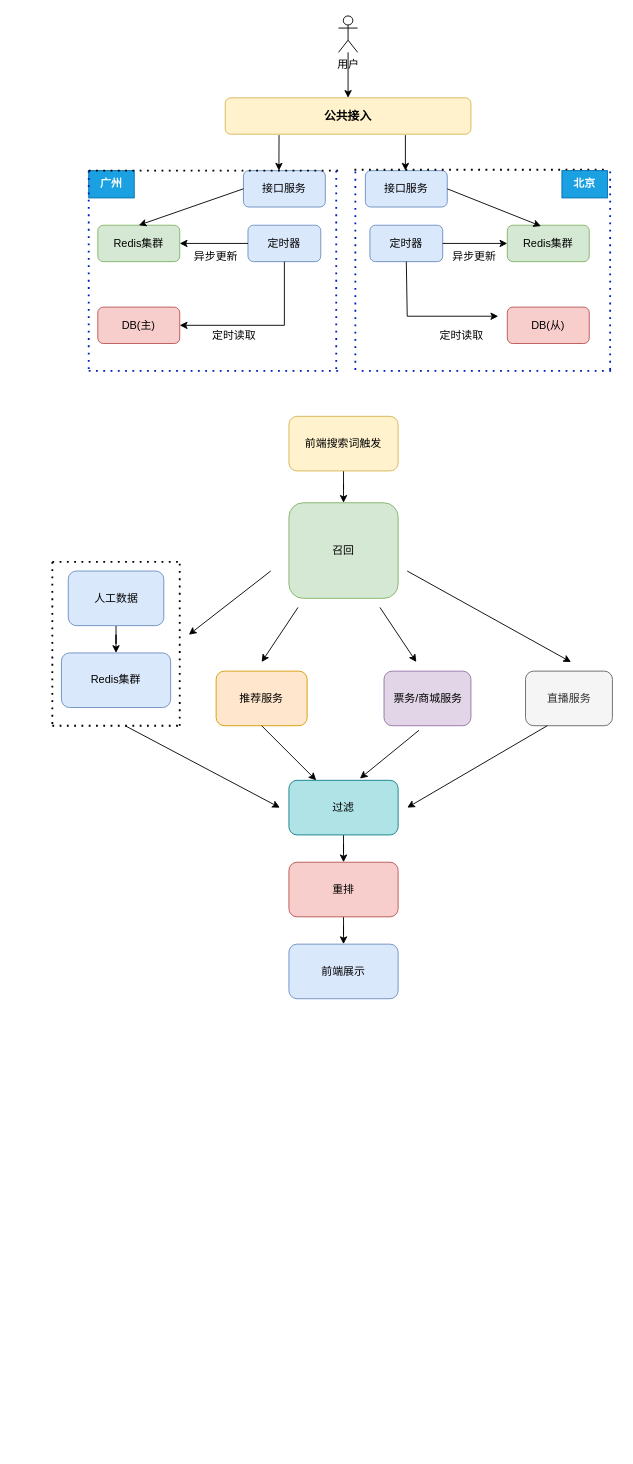
lewiskyo/test_git keeps this draw.io diagram as dir_f/搜索拦截架构图.drawio. Above is the earlier version. Source tidied: cells renumbered, new cells numbered last; positions are measured from the earlier drawing's top-left corner, leaving out a move shared by most shapes. Both pictures are drawn from the tidied source at 91%, with x=0, y=0 at pixel (52, 15).
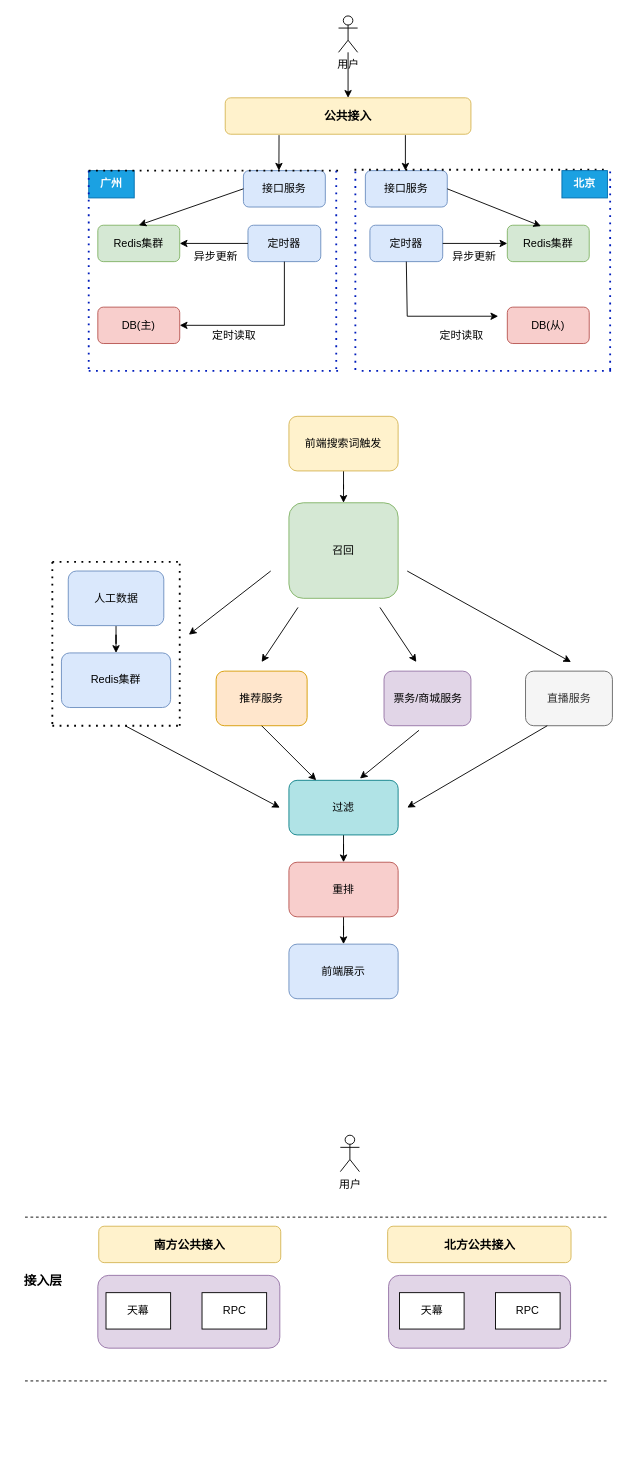
After the change.

Commit message:
更新搜索拦截架构图.drawio

The edit, as a diff of the source:
```diff
@@
+    <mxCell id="62" style="group;rotation=90;" parent="1" vertex="1">
+      <mxGeometry x="101" y="1330" width="447.5" height="40" as="geometry" />
+    </mxCell>
+    <mxCell id="63" value="&lt;font style=&quot;font-size: 13px;&quot;&gt;&lt;b&gt;南方公共接入&lt;/b&gt;&lt;/font&gt;" style="rounded=1;whiteSpace=wrap;html=1;fillColor=#fff2cc;strokeColor=#d6b656;" parent="62" vertex="1">
+      <mxGeometry x="-50" width="200" height="40" as="geometry" />
+    </mxCell>
+    <mxCell id="64" style="endArrow=none;dashed=1;html=1;rounded=0;" parent="62" edge="1">
+      <mxGeometry relative="1" as="geometry">
+        <mxPoint x="-131" y="170" as="sourcePoint" />
+        <mxPoint x="509" y="170" as="targetPoint" />
+      </mxGeometry>
+    </mxCell>
+    <mxCell id="65" value="用户" style="shape=umlActor;verticalLabelPosition=bottom;verticalAlign=top;html=1;" parent="1" vertex="1">
+      <mxGeometry x="316.5" y="1230" width="21" height="40" as="geometry" />
+    </mxCell>
+    <mxCell id="66" style="rounded=1;whiteSpace=wrap;html=1;fillColor=#e1d5e7;strokeColor=#9673a6;" parent="1" vertex="1">
+      <mxGeometry x="50" y="1384" width="200" height="80" as="geometry" />
+    </mxCell>
+    <mxCell id="67" value="天幕" style="rounded=0;whiteSpace=wrap;html=1;" parent="1" vertex="1">
+      <mxGeometry x="59" y="1403" width="71" height="40" as="geometry" />
+    </mxCell>
+    <mxCell id="68" value="RPC" style="rounded=0;whiteSpace=wrap;html=1;" parent="1" vertex="1">
+      <mxGeometry x="164.5" y="1403" width="71" height="40" as="geometry" />
+    </mxCell>
+    <mxCell id="69" value="&lt;b&gt;&lt;font style=&quot;font-size: 14px;&quot;&gt;接入层&lt;/font&gt;&lt;/b&gt;" style="text;html=1;align=center;verticalAlign=middle;whiteSpace=wrap;rounded=0;" parent="1" vertex="1">
+      <mxGeometry x="-40" y="1310" width="60" height="160" as="geometry" />
+    </mxCell>
+    <mxCell id="70" style="endArrow=none;dashed=1;html=1;rounded=0;" parent="1" edge="1">
+      <mxGeometry relative="1" as="geometry">
+        <mxPoint x="-30" y="1320" as="sourcePoint" />
+        <mxPoint x="610" y="1320" as="targetPoint" />
+      </mxGeometry>
+    </mxCell>
+    <mxCell id="71" style="group;" parent="1" vertex="1">
+      <mxGeometry x="369.5" y="1330" width="203.5" height="134" as="geometry" />
+    </mxCell>
+    <mxCell id="72" value="&lt;font style=&quot;font-size: 13px;&quot;&gt;&lt;b&gt;北方公共接入&lt;/b&gt;&lt;/font&gt;" style="rounded=1;whiteSpace=wrap;html=1;fillColor=#fff2cc;strokeColor=#d6b656;" parent="71" vertex="1">
+      <mxGeometry x="-1" width="201.5" height="40" as="geometry" />
+    </mxCell>
+    <mxCell id="73" style="rounded=1;whiteSpace=wrap;html=1;fillColor=#e1d5e7;strokeColor=#9673a6;" parent="71" vertex="1">
+      <mxGeometry y="54" width="200" height="80" as="geometry" />
+    </mxCell>
+    <mxCell id="74" value="天幕" style="rounded=0;whiteSpace=wrap;html=1;" parent="71" vertex="1">
+      <mxGeometry x="12" y="73" width="71" height="40" as="geometry" />
+    </mxCell>
+    <mxCell id="75" value="RPC" style="rounded=0;whiteSpace=wrap;html=1;" parent="71" vertex="1">
+      <mxGeometry x="117.5" y="73" width="71" height="40" as="geometry" />
+    </mxCell>
```
